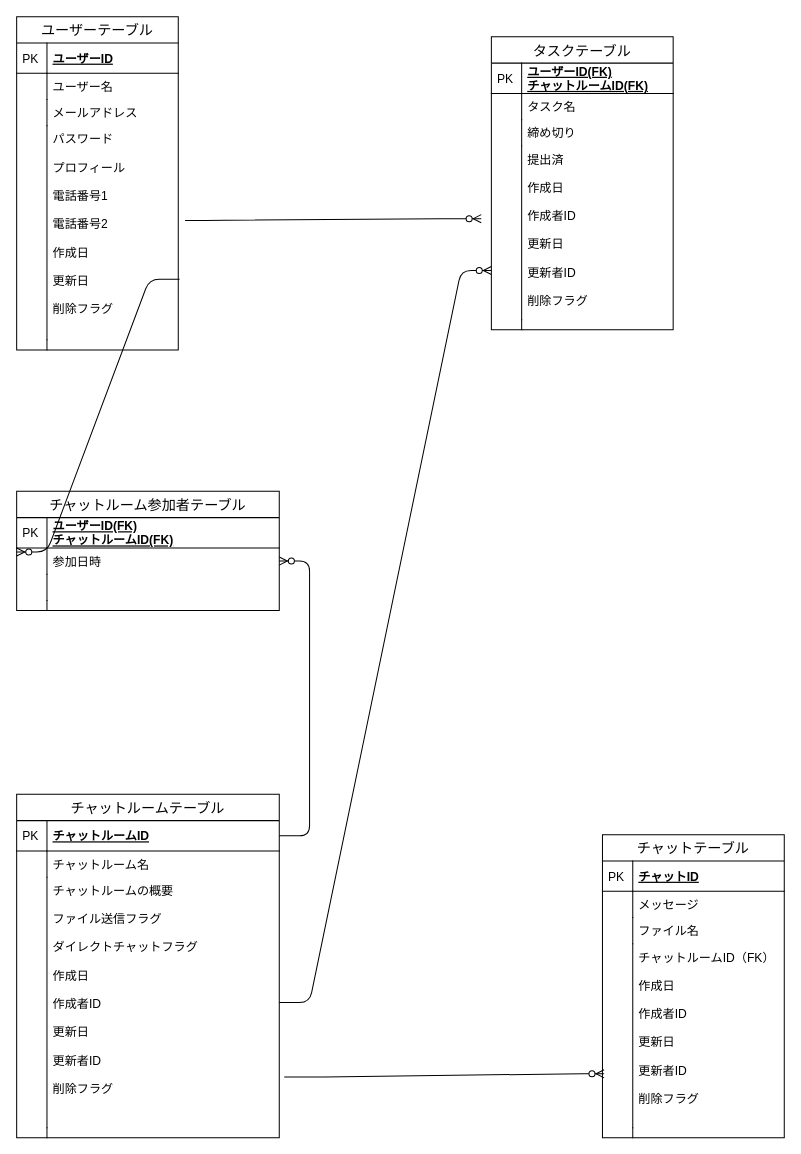
Before: db/db-challenge1/challenge.dio in shootaa/quelcode-db, a draw.io diagram. Source tidied: cells renumbered, new cells numbered last; positions are measured from the earlier drawing's top-left corner, leaving out a move shared by most shapes. Both pictures are drawn from the tidied source at 101%, with x=0, y=0 at pixel (16, 16).
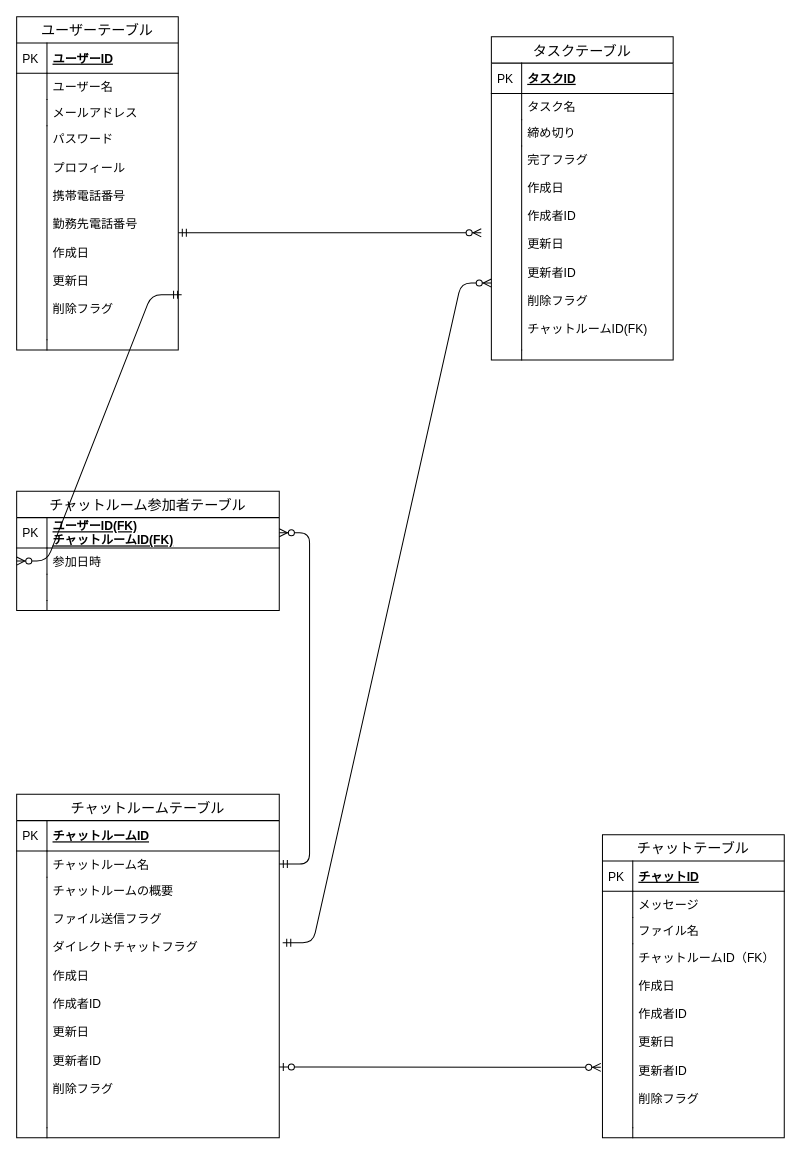
After the change.

Unchanged cells that the change refers to:
```xml
<mxCell id="2" value="ユーザーテーブル" style="swimlane;fontStyle=0;horizontal=1;startSize=26;align=center;fontSize=14;" parent="1" vertex="1">
  <mxGeometry width="160" height="330" as="geometry" />
</mxCell>
<mxCell id="28" value="ユーザーID(FK)&#10;チャットルームID(FK)" style="shape=partialRectangle;top=0;left=0;right=0;bottom=1;align=left;verticalAlign=middle;fillColor=none;spacingLeft=34;spacingRight=4;overflow=hidden;points=[[0,0.5],[1,0.5]];portConstraint=eastwest;fontStyle=5;fontSize=12;" parent="27" vertex="1">
  <mxGeometry y="26" width="260" height="30" as="geometry" />
</mxCell>
<mxCell id="30" value="参加日時&#10;" style="shape=partialRectangle;top=0;left=0;right=0;bottom=0;align=left;verticalAlign=top;fillColor=none;spacingLeft=34;spacingRight=4;overflow=hidden;points=[[0,0.5],[1,0.5]];portConstraint=eastwest;fontSize=12;" parent="27" vertex="1">
  <mxGeometry y="56" width="260" height="26" as="geometry" />
</mxCell>
<mxCell id="39" value="チャットルームID" style="shape=partialRectangle;top=0;left=0;right=0;bottom=1;align=left;verticalAlign=middle;fillColor=none;spacingLeft=34;spacingRight=4;overflow=hidden;points=[[0,0.5],[1,0.5]];portConstraint=eastwest;fontStyle=5;fontSize=12;" parent="38" vertex="1">
  <mxGeometry y="26" width="260" height="30" as="geometry" />
</mxCell>
<mxCell id="41" value="チャットルーム名&#10;" style="shape=partialRectangle;top=0;left=0;right=0;bottom=0;align=left;verticalAlign=top;fillColor=none;spacingLeft=34;spacingRight=4;overflow=hidden;points=[[0,0.5],[1,0.5]];portConstraint=eastwest;fontSize=12;" parent="38" vertex="1">
  <mxGeometry y="56" width="260" height="26" as="geometry" />
</mxCell>
<mxCell id="43" value="チャットルームの概要&#10;&#10;ファイル送信フラグ&#10;&#10;ダイレクトチャットフラグ&#10;&#10;作成日&#10;&#10;作成者ID&#10;&#10;更新日&#10;&#10;更新者ID&#10;&#10;削除フラグ" style="shape=partialRectangle;top=0;left=0;right=0;bottom=0;align=left;verticalAlign=top;fillColor=none;spacingLeft=34;spacingRight=4;overflow=hidden;points=[[0,0.5],[1,0.5]];portConstraint=eastwest;fontSize=12;" parent="38" vertex="1">
  <mxGeometry y="82" width="260" height="248" as="geometry" />
</mxCell>
<mxCell id="54" value="チャットルームID（FK）&#10;&#10;作成日&#10;&#10;作成者ID&#10;&#10;更新日&#10;&#10;更新者ID&#10;&#10;削除フラグ" style="shape=partialRectangle;top=0;left=0;right=0;bottom=0;align=left;verticalAlign=top;fillColor=none;spacingLeft=34;spacingRight=4;overflow=hidden;points=[[0,0.5],[1,0.5]];portConstraint=eastwest;fontSize=12;" parent="47" vertex="1">
  <mxGeometry y="108" width="180" height="182" as="geometry" />
</mxCell>
```

The edit, as a diff of the source:
```diff
@@
-    <mxCell id="9" value="パスワード&#10;&#10;プロフィール&#10;&#10;電話番号1&#10;&#10;電話番号2&#10;&#10;作成日&#10;&#10;更新日&#10;&#10;削除フラグ" style="shape=partialRectangle;top=0;left=0;right=0;bottom=0;align=left;verticalAlign=top;fillColor=none;spacingLeft=34;spacingRight=4;overflow=hidden;points=[[0,0.5],[1,0.5]];portConstraint=eastwest;fontSize=12;" parent="2" vertex="1">
+    <mxCell id="9" value="パスワード&#10;&#10;プロフィール&#10;&#10;携帯電話番号&#10;&#10;勤務先電話番号&#10;&#10;作成日&#10;&#10;更新日&#10;&#10;削除フラグ" style="shape=partialRectangle;top=0;left=0;right=0;bottom=0;align=left;verticalAlign=top;fillColor=none;spacingLeft=34;spacingRight=4;overflow=hidden;points=[[0,0.5],[1,0.5]];portConstraint=eastwest;fontSize=12;" parent="2" vertex="1">
       <mxGeometry y="108" width="160" height="212" as="geometry" />
     </mxCell>
@@
     <mxCell id="13" value="タスクテーブル" style="swimlane;fontStyle=0;horizontal=1;startSize=26;align=center;fontSize=14;" parent="1" vertex="1">
-      <mxGeometry x="470" y="20" width="180" height="290" as="geometry" />
+      <mxGeometry x="470" y="20" width="180" height="320" as="geometry" />
     </mxCell>
-    <mxCell id="14" value="ユーザーID(FK)&#10;チャットルームID(FK)" style="shape=partialRectangle;top=0;left=0;right=0;bottom=1;align=left;verticalAlign=middle;fillColor=none;spacingLeft=34;spacingRight=4;overflow=hidden;fontStyle=5;fontSize=12;" parent="13" vertex="1">
+    <mxCell id="14" value="タスクID" style="shape=partialRectangle;top=0;left=0;right=0;bottom=1;align=left;verticalAlign=middle;fillColor=none;spacingLeft=34;spacingRight=4;overflow=hidden;fontStyle=5;fontSize=12;" parent="13" vertex="1">
       <mxGeometry y="26" width="180" height="30" as="geometry" />
     </mxCell>
@@
-    <mxCell id="20" value="提出済&#10;&#10;作成日&#10;&#10;作成者ID&#10;&#10;更新日&#10;&#10;更新者ID&#10;&#10;削除フラグ" style="shape=partialRectangle;top=0;left=0;right=0;bottom=0;align=left;verticalAlign=top;fillColor=none;spacingLeft=34;spacingRight=4;overflow=hidden;points=[[0,0.5],[1,0.5]];portConstraint=eastwest;fontSize=12;" parent="13" vertex="1">
-      <mxGeometry y="108" width="180" height="172" as="geometry" />
+    <mxCell id="20" value="完了フラグ&#10;&#10;作成日&#10;&#10;作成者ID&#10;&#10;更新日&#10;&#10;更新者ID&#10;&#10;削除フラグ&#10;&#10;チャットルームID(FK)" style="shape=partialRectangle;top=0;left=0;right=0;bottom=0;align=left;verticalAlign=top;fillColor=none;spacingLeft=34;spacingRight=4;overflow=hidden;points=[[0,0.5],[1,0.5]];portConstraint=eastwest;fontSize=12;" parent="13" vertex="1">
+      <mxGeometry y="108" width="180" height="202" as="geometry" />
     </mxCell>
     <mxCell id="21" style="shape=partialRectangle;top=0;left=0;bottom=0;fillColor=none;align=left;verticalAlign=top;spacingLeft=4;spacingRight=4;overflow=hidden;fontSize=12;" parent="20" vertex="1">
-      <mxGeometry width="30" height="172" as="geometry" />
+      <mxGeometry width="30" height="202" as="geometry" />
     </mxCell>
     <mxCell id="22" style="shape=partialRectangle;top=0;left=0;right=0;bottom=0;align=left;verticalAlign=top;fillColor=none;spacingLeft=34;spacingRight=4;overflow=hidden;fontSize=12;" parent="13" vertex="1">
-      <mxGeometry y="280" width="180" height="10" as="geometry" />
+      <mxGeometry y="310" width="180" height="10" as="geometry" />
     </mxCell>
@@
-    <mxCell id="24" style="edgeStyle=entityRelationEdgeStyle;fontSize=12;html=1;endArrow=ERzeroToMany;endFill=1;exitX=1.042;exitY=0.442;exitDx=0;exitDy=0;exitPerimeter=0;" parent="1" edge="1" source="9">
-      <mxGeometry relative="1" as="geometry">
-        <mxPoint x="460" y="200" as="targetPoint" />
-      </mxGeometry>
-    </mxCell>
-    <mxCell id="25" style="edgeStyle=entityRelationEdgeStyle;fontSize=12;html=1;endArrow=ERzeroToMany;endFill=1;exitX=1;exitY=0.5;exitDx=0;exitDy=0;" parent="1" edge="1" source="43">
-      <mxGeometry relative="1" as="geometry">
-        <mxPoint x="470" y="251.3" as="targetPoint" />
-      </mxGeometry>
-    </mxCell>
-    <mxCell id="26" style="edgeStyle=entityRelationEdgeStyle;fontSize=12;html=1;endArrow=ERzeroToMany;endFill=1;entryX=0.009;entryY=0.707;entryDx=0;entryDy=0;entryPerimeter=0;exitX=1.019;exitY=0.798;exitDx=0;exitDy=0;exitPerimeter=0;" parent="1" edge="1" source="43" target="54">
-      <mxGeometry relative="1" as="geometry" />
-    </mxCell>
@@
-    <mxCell id="36" style="edgeStyle=entityRelationEdgeStyle;fontSize=12;html=1;endArrow=ERzeroToMany;endFill=1;exitX=1.008;exitY=0.717;exitDx=0;exitDy=0;exitPerimeter=0;entryX=0;entryY=0.154;entryDx=0;entryDy=0;entryPerimeter=0;" parent="1" edge="1" source="9" target="30">
-      <mxGeometry relative="1" as="geometry" />
-    </mxCell>
-    <mxCell id="37" style="edgeStyle=entityRelationEdgeStyle;fontSize=12;html=1;endArrow=ERzeroToMany;endFill=1;exitX=1;exitY=0.5;exitDx=0;exitDy=0;" parent="1" edge="1" source="39" target="30">
-      <mxGeometry relative="1" as="geometry" />
-    </mxCell>
@@
+    <mxCell id="58" style="edgeStyle=entityRelationEdgeStyle;fontSize=12;html=1;endArrow=ERzeroToMany;startArrow=ERzeroToOne;entryX=-0.009;entryY=0.672;entryDx=0;entryDy=0;entryPerimeter=0;" parent="1" edge="1" target="54">
+      <mxGeometry relative="1" as="geometry">
+        <mxPoint x="260" y="1040" as="sourcePoint" />
+      </mxGeometry>
+    </mxCell>
+    <mxCell id="59" style="edgeStyle=entityRelationEdgeStyle;fontSize=12;html=1;endArrow=ERzeroToMany;startArrow=ERmandOne;entryX=0;entryY=0.672;entryDx=0;entryDy=0;entryPerimeter=0;exitX=1.013;exitY=0.262;exitDx=0;exitDy=0;exitPerimeter=0;" parent="1" edge="1" source="43" target="20">
+      <mxGeometry relative="1" as="geometry" />
+    </mxCell>
+    <mxCell id="60" style="edgeStyle=entityRelationEdgeStyle;fontSize=12;html=1;endArrow=ERzeroToMany;startArrow=ERmandOne;" parent="1" edge="1" source="9">
+      <mxGeometry relative="1" as="geometry">
+        <mxPoint x="460" y="214" as="targetPoint" />
+      </mxGeometry>
+    </mxCell>
+    <mxCell id="36" style="edgeStyle=entityRelationEdgeStyle;fontSize=12;html=1;endArrow=ERzeroToMany;startArrow=ERmandOne;exitX=1.021;exitY=0.789;exitDx=0;exitDy=0;exitPerimeter=0;entryX=0;entryY=0.5;entryDx=0;entryDy=0;" parent="1" edge="1" source="9" target="30">
+      <mxGeometry relative="1" as="geometry" />
+    </mxCell>
+    <mxCell id="61" style="edgeStyle=entityRelationEdgeStyle;fontSize=12;html=1;endArrow=ERzeroToMany;startArrow=ERmandOne;exitX=1;exitY=0.5;exitDx=0;exitDy=0;" parent="1" edge="1" source="41" target="28">
+      <mxGeometry relative="1" as="geometry" />
+    </mxCell>
```
